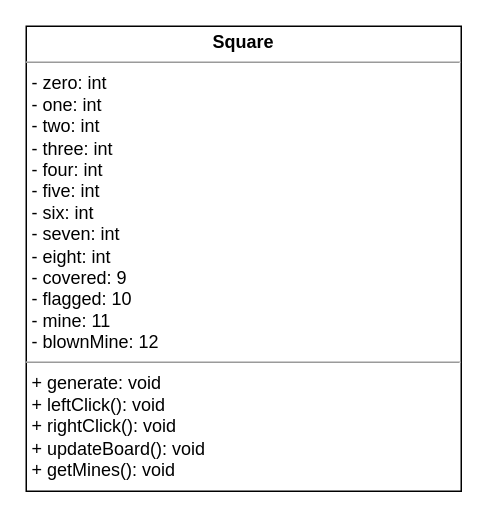
Earlier version of the draw.io diagram class.drawio (MTHS-ICS4U-2022/ICS4U-2022-Final-Project-Ethan-Michael). Source tidied: cells renumbered, new cells numbered last; positions are measured from the earlier drawing's top-left corner, leaving out a move shared by most shapes. Both pictures are drawn from the tidied source at 150%, with x=0, y=0 at pixel (26, 26).
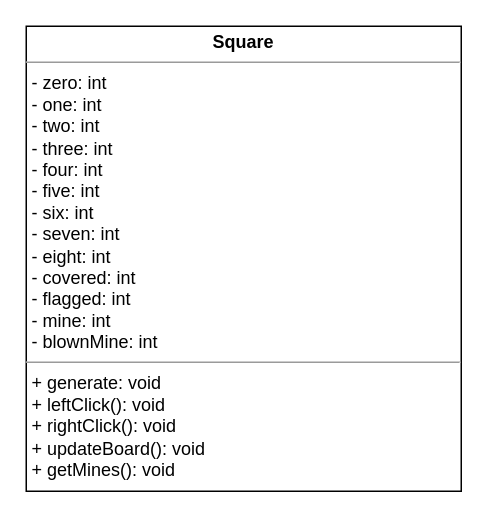
The same page after the edit.

Change to the diagram source:
```diff
@@
 <mxGraphModel>
   <root>
     <mxCell id="0" />
     <mxCell id="1" parent="0" />
-    <mxCell id="2" value="&lt;p style=&quot;margin: 0px ; margin-top: 4px ; text-align: center&quot;&gt;&lt;b&gt;Square&lt;/b&gt;&lt;/p&gt;&lt;hr size=&quot;1&quot;&gt;&lt;p style=&quot;margin: 0px ; margin-left: 4px&quot;&gt;- zero: int&lt;/p&gt;&lt;p style=&quot;margin: 0px ; margin-left: 4px&quot;&gt;- one: int&lt;/p&gt;&lt;p style=&quot;margin: 0px ; margin-left: 4px&quot;&gt;- two: int&lt;/p&gt;&lt;p style=&quot;margin: 0px ; margin-left: 4px&quot;&gt;- three: int&lt;/p&gt;&lt;p style=&quot;margin: 0px ; margin-left: 4px&quot;&gt;- four: int&lt;/p&gt;&lt;p style=&quot;margin: 0px ; margin-left: 4px&quot;&gt;- five: int&lt;/p&gt;&lt;p style=&quot;margin: 0px ; margin-left: 4px&quot;&gt;- six: int&lt;/p&gt;&lt;p style=&quot;margin: 0px ; margin-left: 4px&quot;&gt;- seven: int&lt;/p&gt;&lt;p style=&quot;margin: 0px ; margin-left: 4px&quot;&gt;- eight: int&lt;/p&gt;&lt;p style=&quot;margin: 0px ; margin-left: 4px&quot;&gt;- covered: 9&lt;/p&gt;&lt;p style=&quot;margin: 0px ; margin-left: 4px&quot;&gt;- flagged: 10&lt;/p&gt;&lt;p style=&quot;margin: 0px ; margin-left: 4px&quot;&gt;- mine: 11&lt;/p&gt;&lt;p style=&quot;margin: 0px ; margin-left: 4px&quot;&gt;- blownMine: 12&lt;/p&gt;&lt;hr size=&quot;1&quot;&gt;&lt;p style=&quot;margin: 0px ; margin-left: 4px&quot;&gt;+ generate: void&lt;/p&gt;&lt;p style=&quot;margin: 0px ; margin-left: 4px&quot;&gt;+ leftClick(): void&lt;/p&gt;&lt;p style=&quot;margin: 0px ; margin-left: 4px&quot;&gt;+ rightClick(): void&lt;/p&gt;&lt;p style=&quot;margin: 0px ; margin-left: 4px&quot;&gt;+ updateBoard(): void&lt;/p&gt;&lt;p style=&quot;margin: 0px ; margin-left: 4px&quot;&gt;+ getMines(): void&lt;/p&gt;" style="verticalAlign=top;align=left;overflow=fill;fontSize=12;fontFamily=Helvetica;html=1;" parent="1" vertex="1">
+    <mxCell id="2" value="&lt;p style=&quot;margin: 0px ; margin-top: 4px ; text-align: center&quot;&gt;&lt;b&gt;Square&lt;/b&gt;&lt;/p&gt;&lt;hr size=&quot;1&quot;&gt;&lt;p style=&quot;margin: 0px ; margin-left: 4px&quot;&gt;- zero: int&lt;/p&gt;&lt;p style=&quot;margin: 0px ; margin-left: 4px&quot;&gt;- one: int&lt;/p&gt;&lt;p style=&quot;margin: 0px ; margin-left: 4px&quot;&gt;- two: int&lt;/p&gt;&lt;p style=&quot;margin: 0px ; margin-left: 4px&quot;&gt;- three: int&lt;/p&gt;&lt;p style=&quot;margin: 0px ; margin-left: 4px&quot;&gt;- four: int&lt;/p&gt;&lt;p style=&quot;margin: 0px ; margin-left: 4px&quot;&gt;- five: int&lt;/p&gt;&lt;p style=&quot;margin: 0px ; margin-left: 4px&quot;&gt;- six: int&lt;/p&gt;&lt;p style=&quot;margin: 0px ; margin-left: 4px&quot;&gt;- seven: int&lt;/p&gt;&lt;p style=&quot;margin: 0px ; margin-left: 4px&quot;&gt;- eight: int&lt;/p&gt;&lt;p style=&quot;margin: 0px ; margin-left: 4px&quot;&gt;- covered: int&lt;/p&gt;&lt;p style=&quot;margin: 0px ; margin-left: 4px&quot;&gt;- flagged: int&lt;/p&gt;&lt;p style=&quot;margin: 0px ; margin-left: 4px&quot;&gt;- mine: int&lt;/p&gt;&lt;p style=&quot;margin: 0px ; margin-left: 4px&quot;&gt;- blownMine: int&lt;/p&gt;&lt;hr size=&quot;1&quot;&gt;&lt;p style=&quot;margin: 0px ; margin-left: 4px&quot;&gt;+ generate: void&lt;/p&gt;&lt;p style=&quot;margin: 0px ; margin-left: 4px&quot;&gt;+ leftClick(): void&lt;/p&gt;&lt;p style=&quot;margin: 0px ; margin-left: 4px&quot;&gt;+ rightClick(): void&lt;/p&gt;&lt;p style=&quot;margin: 0px ; margin-left: 4px&quot;&gt;+ updateBoard(): void&lt;/p&gt;&lt;p style=&quot;margin: 0px ; margin-left: 4px&quot;&gt;+ getMines(): void&lt;/p&gt;" style="verticalAlign=top;align=left;overflow=fill;fontSize=12;fontFamily=Helvetica;html=1;" parent="1" vertex="1">
       <mxGeometry width="290" height="310" as="geometry" />
     </mxCell>
   </root>
 </mxGraphModel>
```
